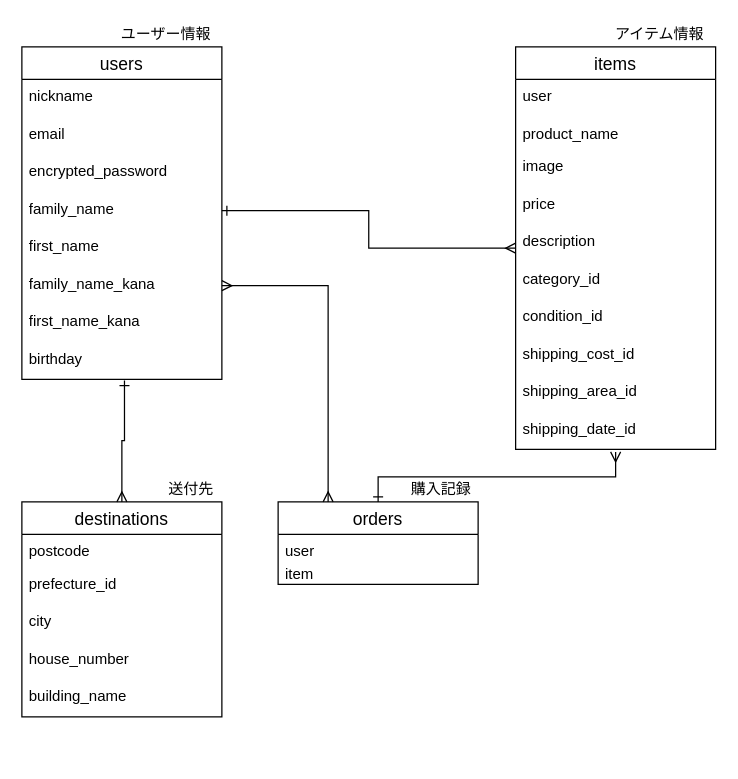
Earlier version of the draw.io diagram DB.dio (reosfaith/furima-33969). Source tidied: cells renumbered, new cells numbered last; positions are measured from the earlier drawing's top-left corner, leaving out a move shared by most shapes. Both pictures are drawn from the tidied source at 125%, with x=0, y=0 at pixel (21, 21).
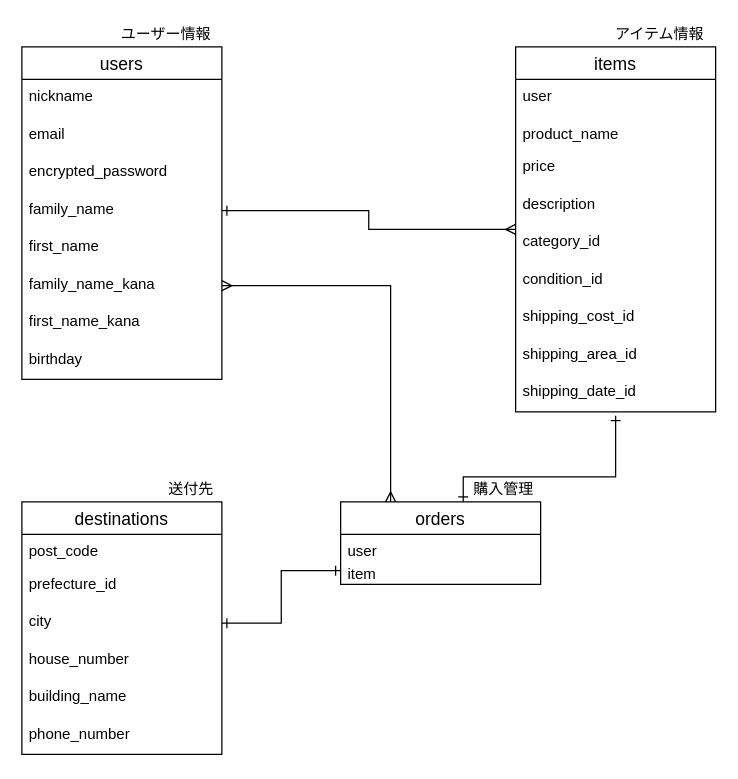
The same page after the edit.

The change refers to these unchanged cells:
```xml
<mxCell id="10" value="birthday" style="text;strokeColor=none;fillColor=none;spacingLeft=4;spacingRight=4;overflow=hidden;points=[[0,0.5],[1,0.5]];portConstraint=eastwest;fontSize=12;verticalAlign=top;" parent="2" vertex="1">
  <mxGeometry y="236" width="160" height="30" as="geometry" />
</mxCell>
<mxCell id="14" value="city" style="text;strokeColor=none;fillColor=none;spacingLeft=4;spacingRight=4;overflow=hidden;points=[[0,0.5],[1,0.5]];portConstraint=eastwest;fontSize=12;" parent="11" vertex="1">
  <mxGeometry y="82" width="160" height="30" as="geometry" />
</mxCell>
<mxCell id="30" value="item" style="text;strokeColor=none;fillColor=none;spacingLeft=4;spacingRight=4;overflow=hidden;points=[[0,0.5],[1,0.5]];portConstraint=eastwest;fontSize=12;" parent="28" vertex="1">
  <mxGeometry y="44" width="160" height="22" as="geometry" />
</mxCell>
```

Change to the diagram source:
```diff
@@
     <mxCell id="11" value="destinations" style="swimlane;fontStyle=0;horizontal=1;startSize=26;align=center;fontSize=14;" parent="1" vertex="1">
-      <mxGeometry y="384" width="160" height="172" as="geometry" />
+      <mxGeometry y="384" width="160" height="202" as="geometry" />
     </mxCell>
-    <mxCell id="12" value="postcode" style="text;strokeColor=none;fillColor=none;spacingLeft=4;spacingRight=4;overflow=hidden;fontSize=12;" parent="11" vertex="1">
+    <mxCell id="12" value="post_code" style="text;strokeColor=none;fillColor=none;spacingLeft=4;spacingRight=4;overflow=hidden;fontSize=12;" parent="11" vertex="1">
       <mxGeometry y="26" width="160" height="26" as="geometry" />
     </mxCell>
@@
+    <mxCell id="39" value="phone_number" style="text;strokeColor=none;fillColor=none;spacingLeft=4;spacingRight=4;overflow=hidden;fontSize=12;" parent="11" vertex="1">
+      <mxGeometry y="172" width="160" height="30" as="geometry" />
+    </mxCell>
     <mxCell id="17" value="items" style="swimlane;fontStyle=0;horizontal=1;startSize=26;align=center;fontSize=14;" parent="1" vertex="1">
-      <mxGeometry x="395" y="20" width="160" height="322" as="geometry" />
+      <mxGeometry x="395" y="20" width="160" height="292" as="geometry" />
     </mxCell>
@@
-    <mxCell id="20" value="image" style="text;strokeColor=none;fillColor=none;spacingLeft=4;spacingRight=4;overflow=hidden;fontSize=12;" parent="17" vertex="1">
-      <mxGeometry y="82" width="160" height="30" as="geometry" />
-    </mxCell>
     <mxCell id="21" value="price" style="text;strokeColor=none;fillColor=none;spacingLeft=4;spacingRight=4;overflow=hidden;fontSize=12;" parent="17" vertex="1">
-      <mxGeometry y="112" width="160" height="30" as="geometry" />
+      <mxGeometry y="82" width="160" height="30" as="geometry" />
     </mxCell>
     <mxCell id="22" value="description" style="text;strokeColor=none;fillColor=none;spacingLeft=4;spacingRight=4;overflow=hidden;fontSize=12;" parent="17" vertex="1">
-      <mxGeometry y="142" width="160" height="30" as="geometry" />
+      <mxGeometry y="112" width="160" height="30" as="geometry" />
     </mxCell>
     <mxCell id="23" value="category_id" style="text;strokeColor=none;fillColor=none;spacingLeft=4;spacingRight=4;overflow=hidden;fontSize=12;" parent="17" vertex="1">
-      <mxGeometry y="172" width="160" height="30" as="geometry" />
+      <mxGeometry y="142" width="160" height="30" as="geometry" />
     </mxCell>
     <mxCell id="24" value="condition_id" style="text;strokeColor=none;fillColor=none;spacingLeft=4;spacingRight=4;overflow=hidden;fontSize=12;" parent="17" vertex="1">
-      <mxGeometry y="202" width="160" height="30" as="geometry" />
+      <mxGeometry y="172" width="160" height="30" as="geometry" />
     </mxCell>
     <mxCell id="25" value="shipping_cost_id" style="text;strokeColor=none;fillColor=none;spacingLeft=4;spacingRight=4;overflow=hidden;fontSize=12;" parent="17" vertex="1">
-      <mxGeometry y="232" width="160" height="30" as="geometry" />
+      <mxGeometry y="202" width="160" height="30" as="geometry" />
     </mxCell>
     <mxCell id="26" value="shipping_area_id" style="text;strokeColor=none;fillColor=none;spacingLeft=4;spacingRight=4;overflow=hidden;fontSize=12;" parent="17" vertex="1">
-      <mxGeometry y="262" width="160" height="30" as="geometry" />
+      <mxGeometry y="232" width="160" height="30" as="geometry" />
     </mxCell>
     <mxCell id="27" value="shipping_date_id" style="text;strokeColor=none;fillColor=none;spacingLeft=4;spacingRight=4;overflow=hidden;fontSize=12;" parent="17" vertex="1">
-      <mxGeometry y="292" width="160" height="30" as="geometry" />
+      <mxGeometry y="262" width="160" height="30" as="geometry" />
     </mxCell>
     <mxCell id="28" value="orders" style="swimlane;fontStyle=0;horizontal=1;startSize=26;align=center;fontSize=14;" parent="1" vertex="1">
-      <mxGeometry x="205" y="384" width="160" height="66" as="geometry" />
+      <mxGeometry x="255" y="384" width="160" height="66" as="geometry" />
     </mxCell>
@@
-    <mxCell id="34" style="edgeStyle=orthogonalEdgeStyle;rounded=0;jettySize=auto;html=1;startArrow=ERmany;startFill=0;endArrow=ERone;endFill=0;" parent="1" edge="1" target="28">
+    <mxCell id="34" style="edgeStyle=orthogonalEdgeStyle;rounded=0;jettySize=auto;html=1;startArrow=ERone;startFill=0;endArrow=ERone;endFill=0;entryX=0.613;entryY=0;entryDx=0;entryDy=0;entryPerimeter=0;" parent="1" edge="1" target="28">
       <mxGeometry relative="1" as="geometry">
-        <mxPoint x="475" y="344" as="sourcePoint" />
+        <mxPoint x="475" y="315" as="sourcePoint" />
         <Array as="points">
           <mxPoint x="475" y="364" />
-          <mxPoint x="285" y="364" />
+          <mxPoint x="353" y="364" />
         </Array>
       </mxGeometry>
     </mxCell>
-    <mxCell id="35" value="購入記録" style="text;html=1;align=center;verticalAlign=middle;" parent="1" vertex="1">
-      <mxGeometry x="305" y="364" width="60" height="20" as="geometry" />
+    <mxCell id="35" value="購入管理" style="text;html=1;align=center;verticalAlign=middle;" parent="1" vertex="1">
+      <mxGeometry x="355" y="364" width="60" height="20" as="geometry" />
     </mxCell>
@@
-    <mxCell id="37" style="edgeStyle=orthogonalEdgeStyle;rounded=0;jettySize=auto;html=1;exitX=0.513;exitY=1.033;exitDx=0;exitDy=0;entryX=0.5;entryY=0;entryDx=0;entryDy=0;startArrow=ERone;startFill=0;endArrow=ERmany;endFill=0;exitPerimeter=0;" parent="1" edge="1" source="10" target="11">
-      <mxGeometry relative="1" as="geometry" />
-    </mxCell>
@@
+    <mxCell id="40" style="edgeStyle=orthogonalEdgeStyle;rounded=0;jettySize=auto;html=1;exitX=0;exitY=0.5;exitDx=0;exitDy=0;entryX=1;entryY=0.5;entryDx=0;entryDy=0;startArrow=ERone;startFill=0;endArrow=ERone;endFill=0;" parent="1" edge="1" source="30" target="14">
+      <mxGeometry relative="1" as="geometry" />
+    </mxCell>
```
